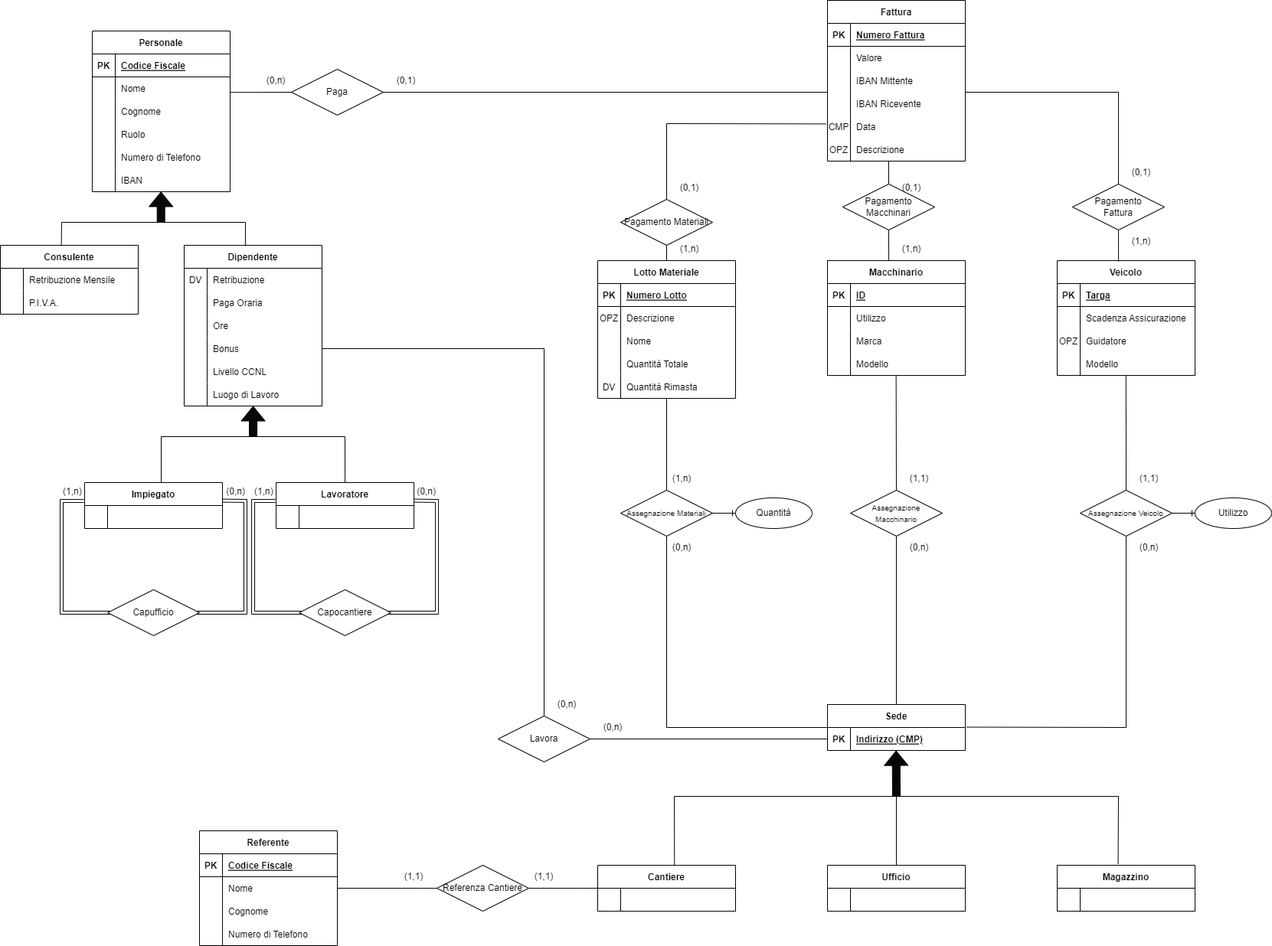
Above: Documentazione/Immagine Diagramma ER.png in JacopoPassariello/BD2022 (draw.io), before the change. Source tidied: cells renumbered, new cells last; positions are measured from the earlier drawing's top-left corner, leaving out a move shared by most shapes.
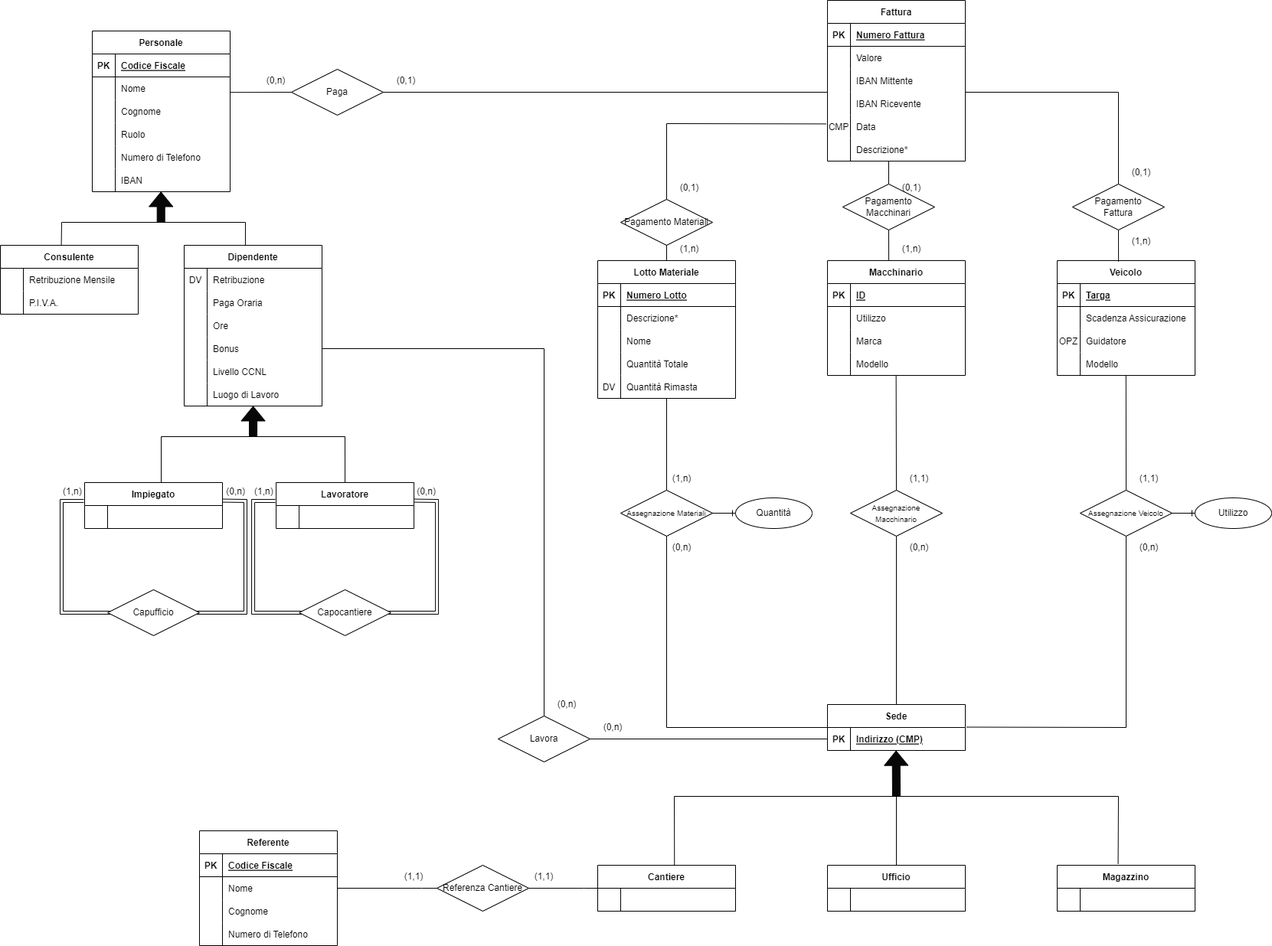
The same file after the commit.

The edit, as a diff of the source:
```diff
@@ -357,10 +357,10 @@
     <mxCell id="101" style="shape=tableRow;horizontal=0;startSize=0;swimlaneHead=0;swimlaneBody=0;fillColor=none;top=0;left=0;right=0;bottom=0;" parent="97" vertex="1">
       <mxGeometry y="60" width="180" height="30" as="geometry" />
     </mxCell>
-    <mxCell id="102" value="OPZ" style="shape=partialRectangle;fillColor=none;top=0;left=0;bottom=0;right=0;overflow=hidden;" parent="101" vertex="1">
+    <mxCell id="102" style="shape=partialRectangle;fillColor=none;top=0;left=0;bottom=0;right=0;overflow=hidden;" parent="101" vertex="1">
       <mxGeometry width="30" height="30" as="geometry" />
     </mxCell>
-    <mxCell id="103" value="Descrizione" style="shape=partialRectangle;fillColor=none;top=0;left=0;bottom=0;right=0;align=left;spacingLeft=6;overflow=hidden;" parent="101" vertex="1">
+    <mxCell id="103" value="Descrizione*" style="shape=partialRectangle;fillColor=none;top=0;left=0;bottom=0;right=0;align=left;spacingLeft=6;overflow=hidden;" parent="101" vertex="1">
       <mxGeometry x="30" width="150" height="30" as="geometry" />
     </mxCell>
     <mxCell id="104" style="shape=tableRow;horizontal=0;startSize=0;swimlaneHead=0;swimlaneBody=0;fillColor=none;top=0;left=0;right=0;bottom=0;" parent="97" vertex="1">
@@ -570,10 +570,10 @@
     <mxCell id="165" style="shape=tableRow;horizontal=0;startSize=0;swimlaneHead=0;swimlaneBody=0;fillColor=none;top=0;left=0;right=0;bottom=0;" parent="149" vertex="1">
       <mxGeometry y="180" width="180" height="30" as="geometry" />
     </mxCell>
-    <mxCell id="166" value="OPZ" style="shape=partialRectangle;fillColor=none;top=0;left=0;bottom=0;right=0;overflow=hidden;" parent="165" vertex="1">
+    <mxCell id="166" style="shape=partialRectangle;fillColor=none;top=0;left=0;bottom=0;right=0;overflow=hidden;" parent="165" vertex="1">
       <mxGeometry width="30" height="30" as="geometry" />
     </mxCell>
-    <mxCell id="167" value="Descrizione" style="shape=partialRectangle;fillColor=none;top=0;left=0;bottom=0;right=0;align=left;spacingLeft=6;overflow=hidden;" parent="165" vertex="1">
+    <mxCell id="167" value="Descrizione*" style="shape=partialRectangle;fillColor=none;top=0;left=0;bottom=0;right=0;align=left;spacingLeft=6;overflow=hidden;" parent="165" vertex="1">
       <mxGeometry x="30" width="150" height="30" as="geometry" />
     </mxCell>
     <mxCell id="168" value="Paga" style="shape=rhombus;perimeter=rhombusPerimeter;whiteSpace=wrap;html=1;align=center;" parent="1" vertex="1">
```
